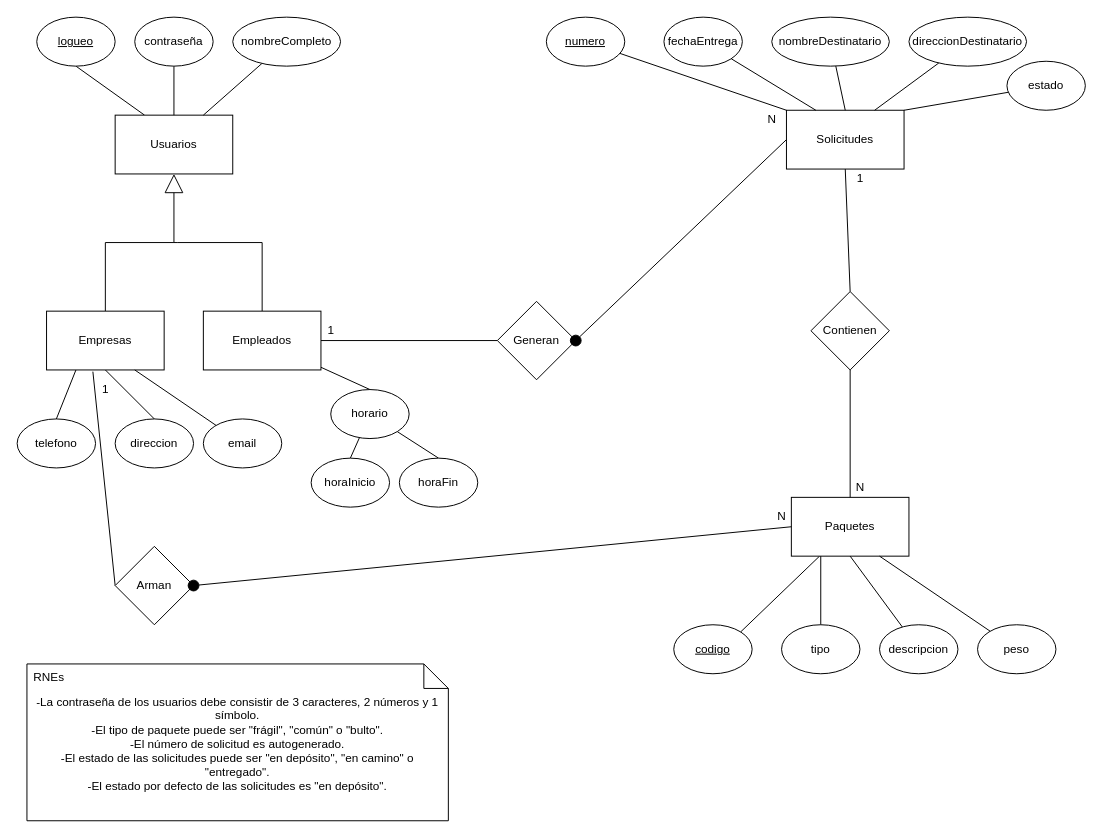
Earlier version of the draw.io diagram Documentacion/MER.drawio (Gerosomma/ProyectoFinal2021). Source tidied: cells renumbered, new cells numbered last; positions are measured from the earlier drawing's top-left corner, leaving out a move shared by most shapes. Both pictures are drawn from the tidied source at 98%, with x=0, y=0 at pixel (17, 17).
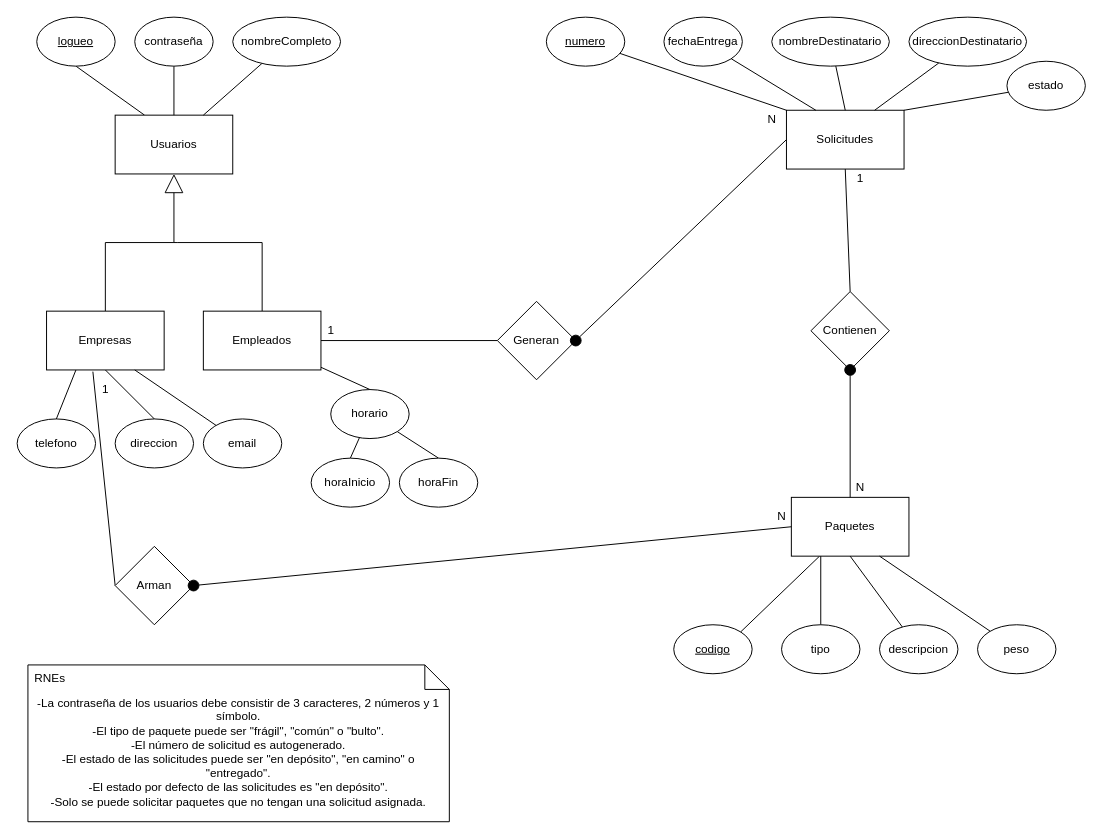
The same page after the edit.

Unchanged cells that the change refers to:
```xml
<mxCell id="32" value="Paquetes" style="rounded=0;whiteSpace=wrap;html=1;" parent="1" vertex="1">
  <mxGeometry x="790" y="490" width="120" height="60" as="geometry" />
</mxCell>
<mxCell id="47" value="Contienen" style="rhombus;whiteSpace=wrap;html=1;" parent="1" vertex="1">
  <mxGeometry x="810" y="280" width="80" height="80" as="geometry" />
</mxCell>
```

Diff of the diagram source:
```diff
@@
-    <mxCell id="21" value="-La contraseña de los usuarios debe consistir de 3 caracteres, 2 números y 1 símbolo.&lt;br&gt;-El tipo de paquete puede ser &quot;frágil&quot;, &quot;común&quot; o &quot;bulto&quot;.&lt;br&gt;-El número de solicitud es autogenerado.&lt;br&gt;-El estado de las solicitudes puede ser &quot;en depósito&quot;, &quot;en camino&quot; o &quot;entregado&quot;.&lt;br&gt;-El estado por defecto de las solicitudes es &quot;en depósito&quot;." style="shape=note2;boundedLbl=1;whiteSpace=wrap;html=1;size=25;verticalAlign=top;align=center;" parent="1" vertex="1">
-      <mxGeometry x="10" y="660" width="430" height="160" as="geometry" />
+    <mxCell id="21" value="-La contraseña de los usuarios debe consistir de 3 caracteres, 2 números y 1 símbolo.&lt;br&gt;-El tipo de paquete puede ser &quot;frágil&quot;, &quot;común&quot; o &quot;bulto&quot;.&lt;br&gt;-El número de solicitud es autogenerado.&lt;br&gt;-El estado de las solicitudes puede ser &quot;en depósito&quot;, &quot;en camino&quot; o &quot;entregado&quot;.&lt;br&gt;-El estado por defecto de las solicitudes es &quot;en depósito&quot;.&lt;br&gt;-Solo se puede solicitar paquetes que no tengan una solicitud asignada." style="shape=note2;boundedLbl=1;whiteSpace=wrap;html=1;size=25;verticalAlign=top;align=center;" parent="1" vertex="1">
+      <mxGeometry x="11" y="661" width="430" height="160" as="geometry" />
     </mxCell>
@@
-    <mxCell id="57" style="rounded=0;jettySize=auto;html=1;entryX=0.5;entryY=1;entryDx=0;entryDy=0;endArrow=none;endFill=0;endSize=11;" parent="1" edge="1" source="32" target="47">
+    <mxCell id="57" style="rounded=0;jettySize=auto;html=1;endArrow=none;endFill=0;endSize=11;startArrow=oval;startFill=1;exitX=0.5;exitY=1;exitDx=0;exitDy=0;targetPerimeterSpacing=0;startSize=11;" parent="1" edge="1" source="47" target="32">
       <mxGeometry relative="1" as="geometry" />
     </mxCell>
```
